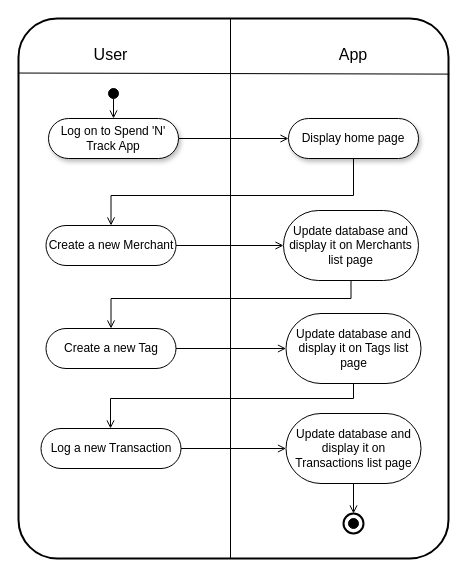
Earlier version of the draw.io diagram week_05_solo_project/activity_diagram.drawio (Strd79/pda_screenshots). Source tidied: cells renumbered, new cells numbered last; positions are measured from the earlier drawing's top-left corner, leaving out a move shared by most shapes. Both pictures are drawn from the tidied source at 100%, with x=0, y=0 at pixel (18, 18).
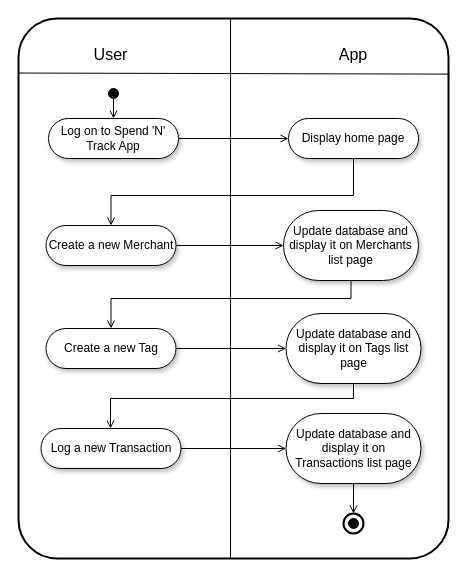
The same page after the edit.

Change to the diagram source:
```diff
@@
-    <mxCell id="9" value="Create a new Tag" style="rounded=1;whiteSpace=wrap;html=1;fillColor=#FFFFFF;arcSize=50;" parent="1" vertex="1">
+    <mxCell id="9" value="Create a new Tag" style="rounded=1;whiteSpace=wrap;html=1;fillColor=#FFFFFF;arcSize=50;shadow=1;" parent="1" vertex="1">
       <mxGeometry x="27.5" y="310" width="130" height="40" as="geometry" />
     </mxCell>
@@
-    <mxCell id="11" value="Update database and display it on Merchants list page" style="rounded=1;whiteSpace=wrap;html=1;fillColor=#FFFFFF;arcSize=50;" parent="1" vertex="1">
+    <mxCell id="11" value="Update database and display it on Merchants list page" style="rounded=1;whiteSpace=wrap;html=1;fillColor=#FFFFFF;arcSize=50;shadow=1;" parent="1" vertex="1">
       <mxGeometry x="265" y="192" width="135" height="70" as="geometry" />
     </mxCell>
@@
-    <mxCell id="13" value="Create a new Merchant" style="rounded=1;whiteSpace=wrap;html=1;fillColor=#FFFFFF;arcSize=50;" parent="1" vertex="1">
+    <mxCell id="13" value="Create a new Merchant" style="rounded=1;whiteSpace=wrap;html=1;fillColor=#FFFFFF;arcSize=50;shadow=1;" parent="1" vertex="1">
       <mxGeometry x="27.5" y="207" width="130" height="40" as="geometry" />
     </mxCell>
@@
-    <mxCell id="17" value="Log a new Transaction" style="rounded=1;whiteSpace=wrap;html=1;fillColor=#FFFFFF;arcSize=50;" parent="1" vertex="1">
+    <mxCell id="17" value="Log a new Transaction" style="rounded=1;whiteSpace=wrap;html=1;fillColor=#FFFFFF;arcSize=50;shadow=1;" parent="1" vertex="1">
       <mxGeometry x="22.5" y="410" width="140" height="40" as="geometry" />
     </mxCell>
@@
-    <mxCell id="19" value="Update database and display it on Tags list page" style="rounded=1;whiteSpace=wrap;html=1;fillColor=#FFFFFF;arcSize=50;" parent="1" vertex="1">
+    <mxCell id="19" value="Update database and display it on Tags list page" style="rounded=1;whiteSpace=wrap;html=1;fillColor=#FFFFFF;arcSize=50;shadow=1;" parent="1" vertex="1">
       <mxGeometry x="267.5" y="295" width="135" height="70" as="geometry" />
     </mxCell>
@@
-    <mxCell id="21" value="Update database and display it on Transactions list page" style="rounded=1;whiteSpace=wrap;html=1;fillColor=#FFFFFF;arcSize=50;" parent="1" vertex="1">
+    <mxCell id="21" value="Update database and display it on Transactions list page" style="rounded=1;whiteSpace=wrap;html=1;fillColor=#FFFFFF;arcSize=50;shadow=1;" parent="1" vertex="1">
       <mxGeometry x="267.5" y="395" width="135" height="70" as="geometry" />
     </mxCell>
```
